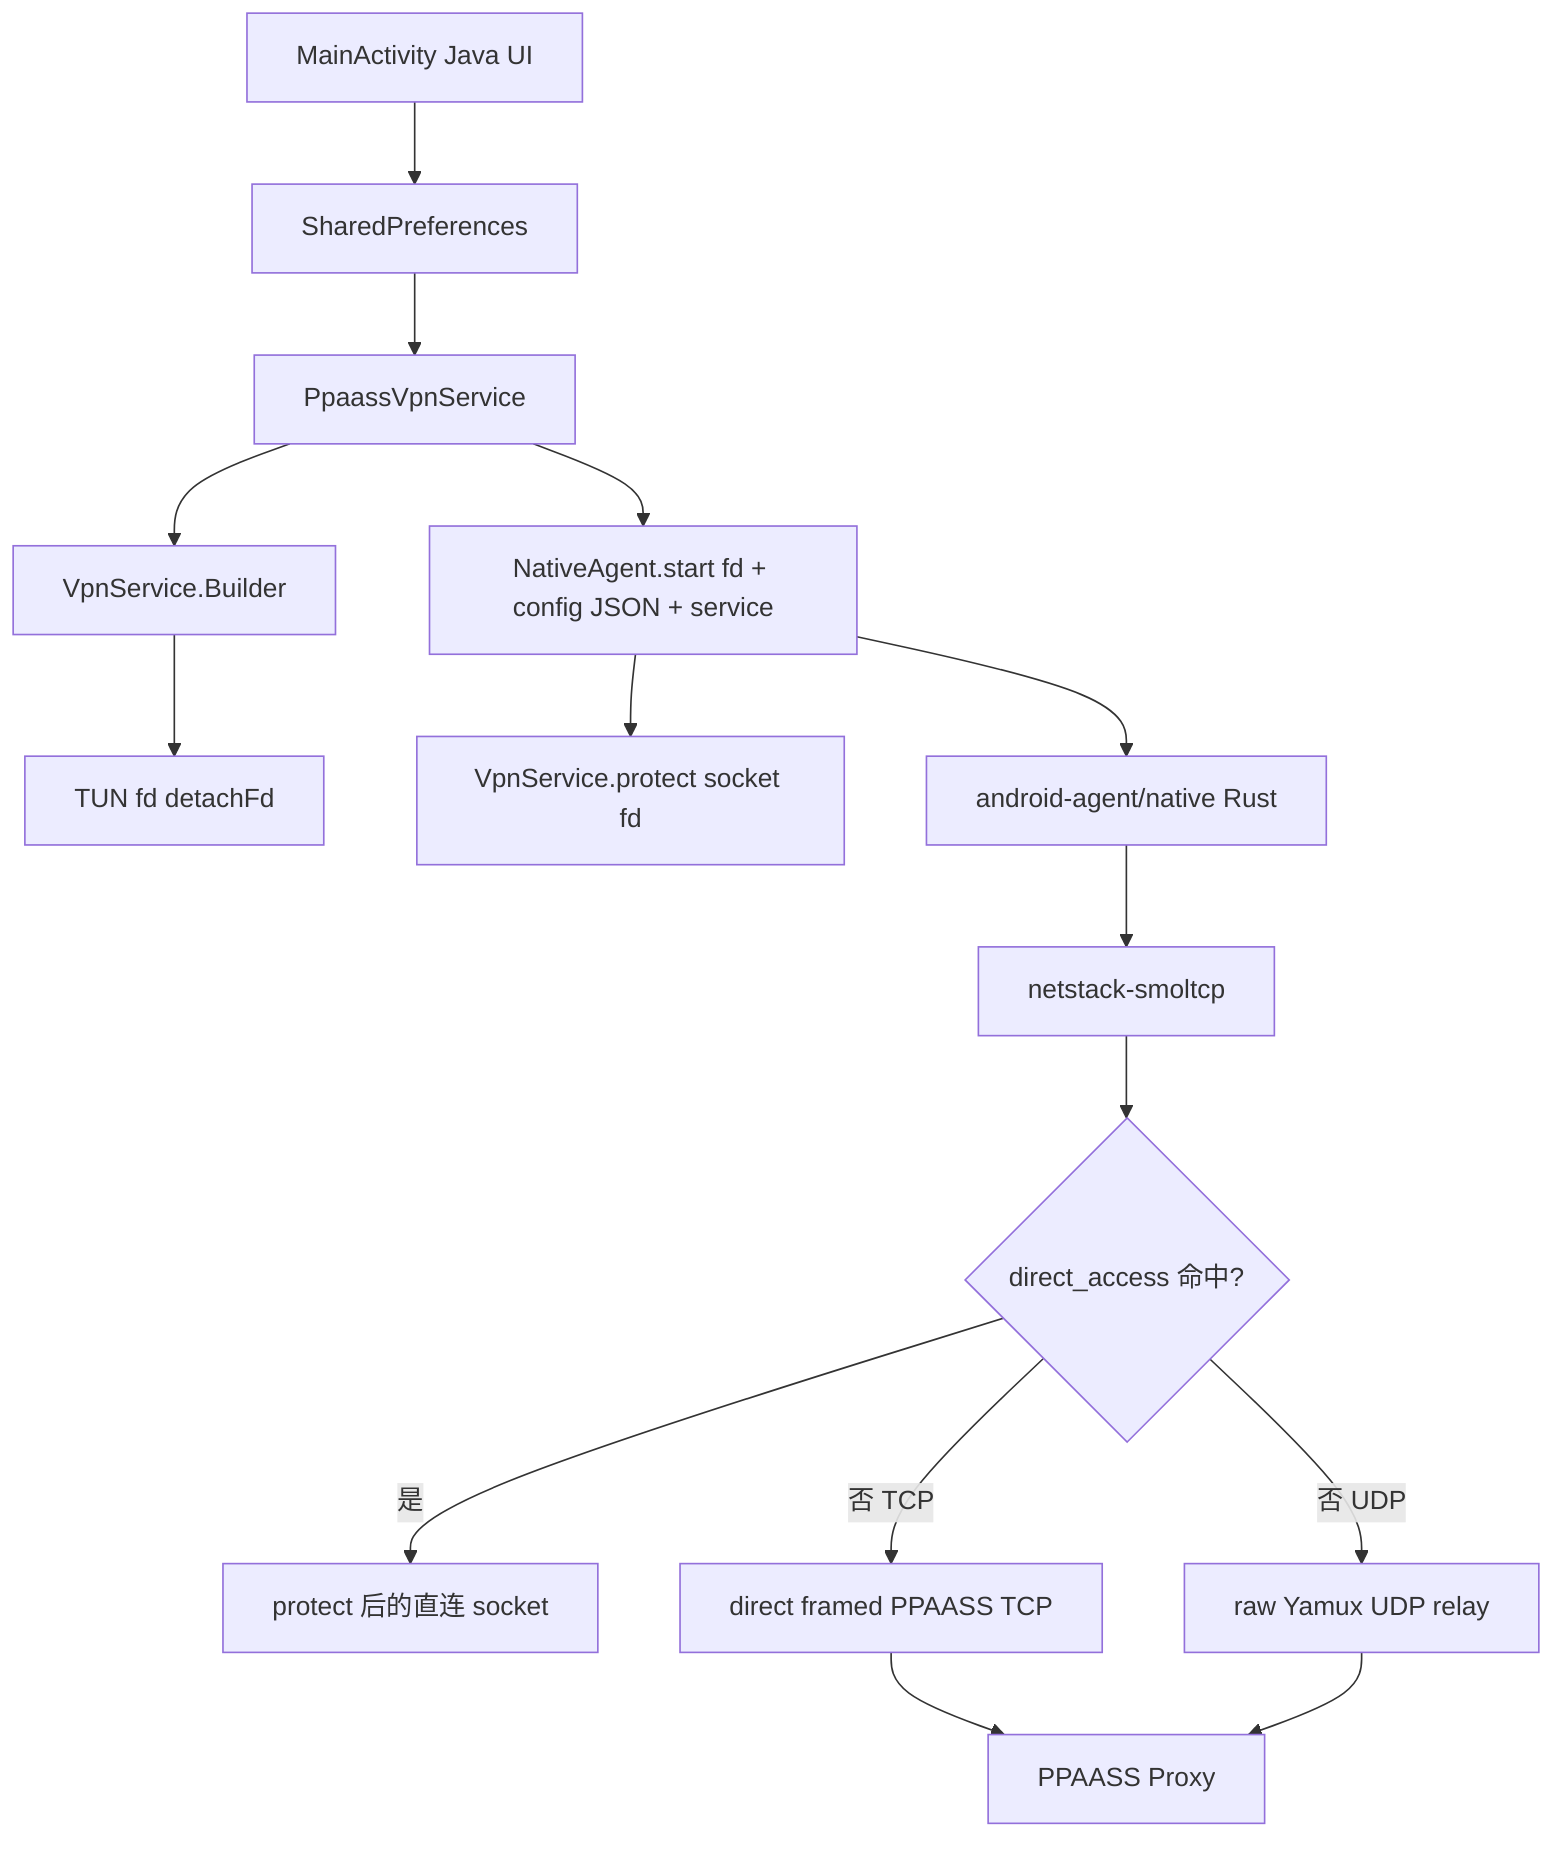
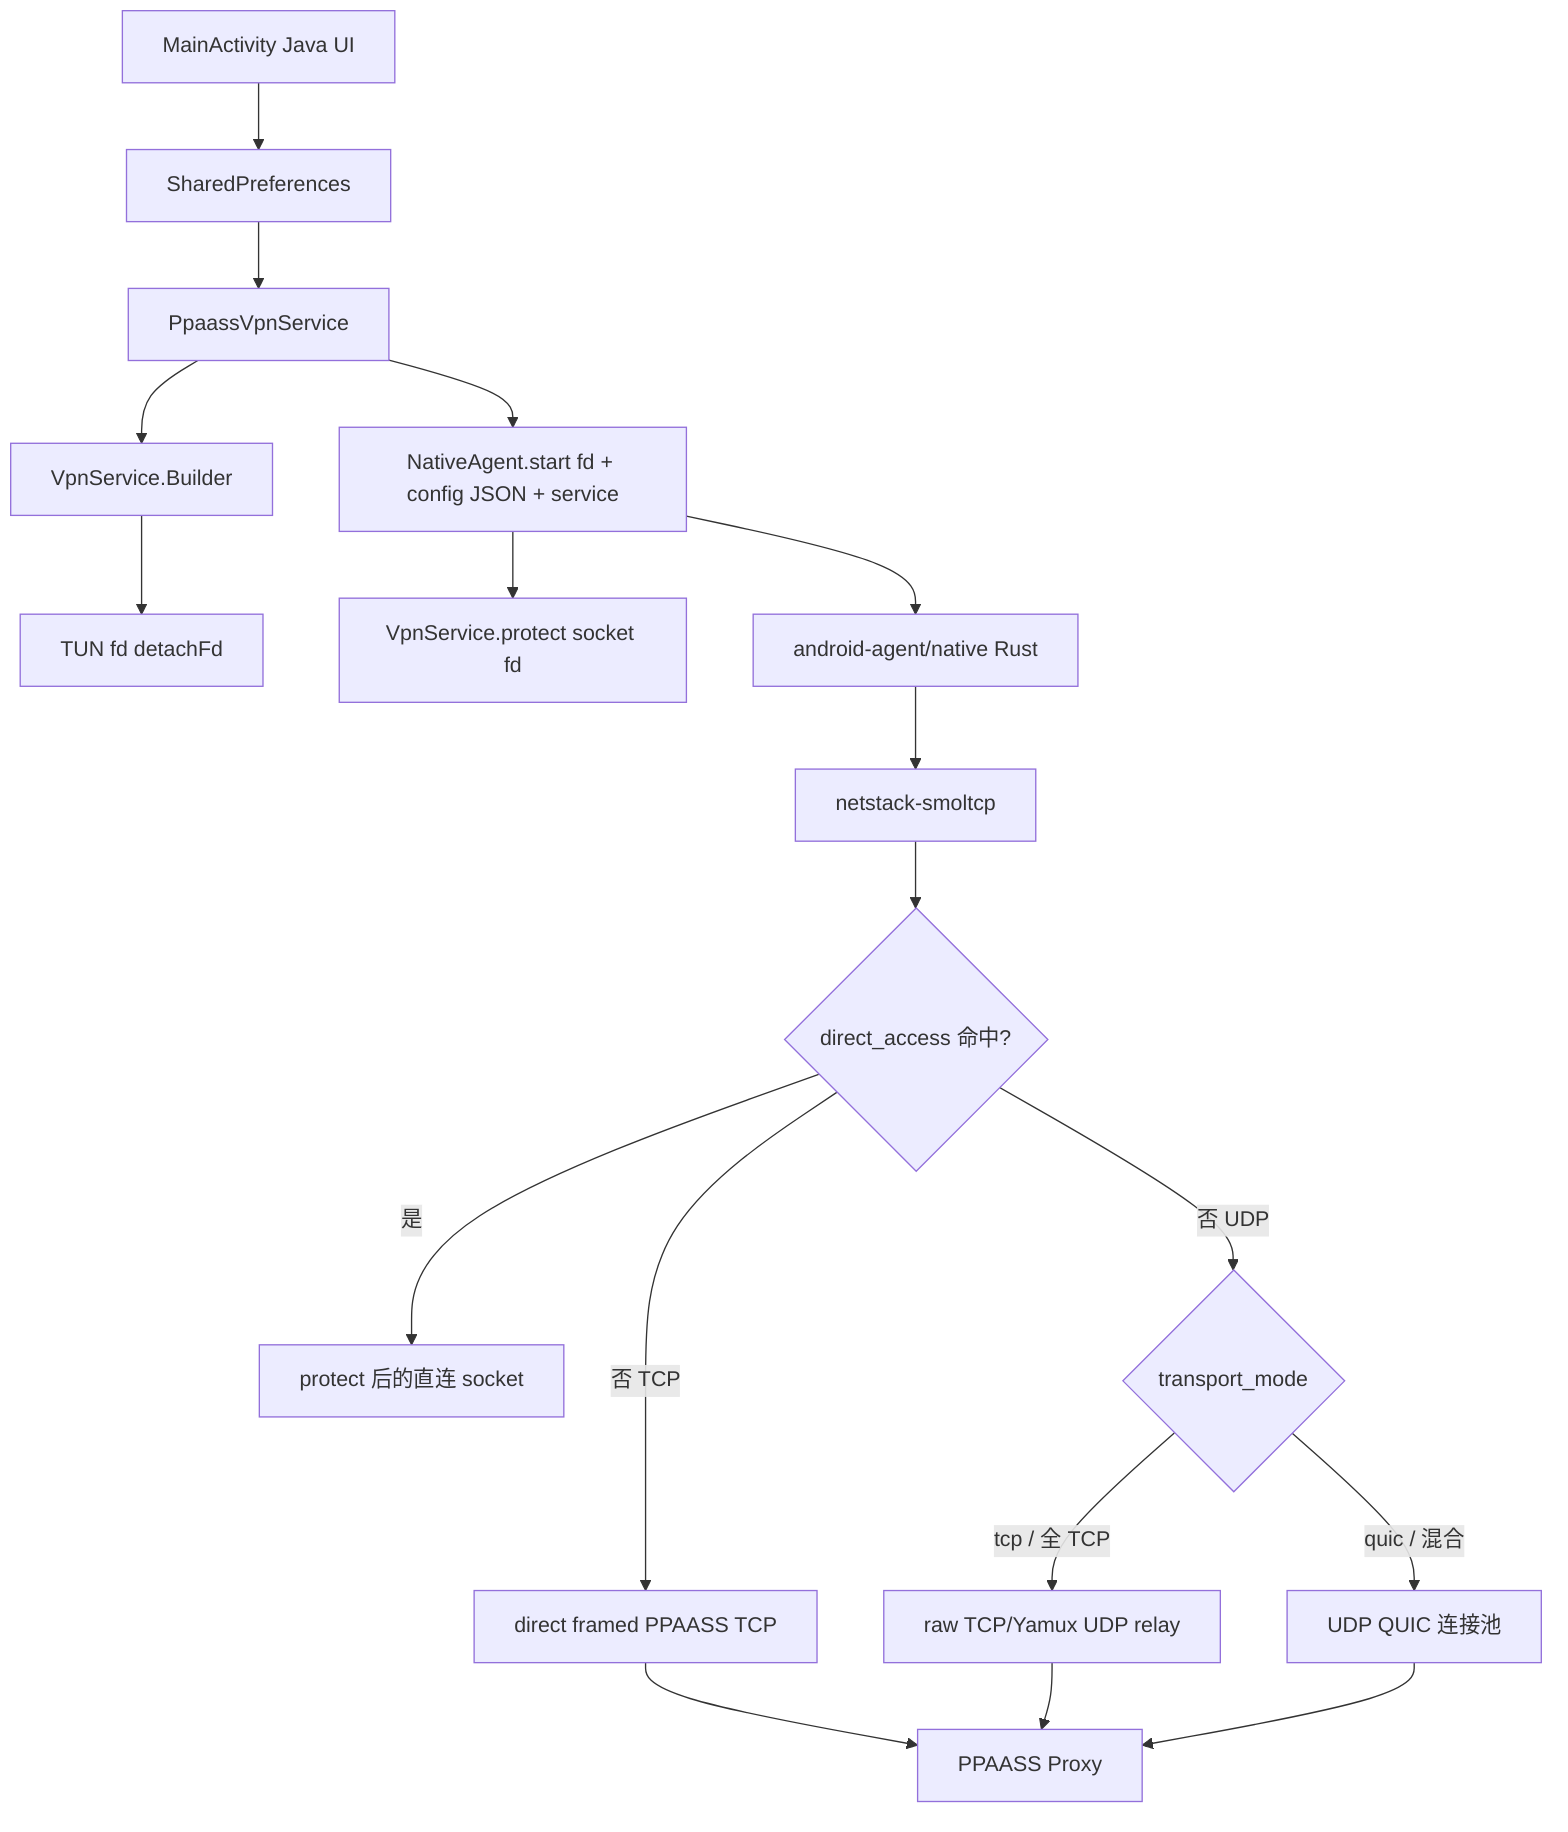
flowchart TD
    JavaUI["MainActivity Java UI"] --> Prefs["SharedPreferences"]
    Prefs --> Service["PpaassVpnService"]
    Service --> Builder["VpnService.Builder"]
    Builder --> Fd["TUN fd detachFd"]
    Service --> JNI["NativeAgent.start fd + config JSON + service"]
    JNI --> Protector["VpnService.protect socket fd"]
    JNI --> Rust["android-agent/native Rust"]
    Rust --> Netstack["netstack-smoltcp"]
    Netstack --> Direct{"direct_access 命中?"}
    Direct -->|"是"| ProtectedSocket["protect 后的直连 socket"]
    Direct -->|"否 TCP"| TcpProxy["direct framed PPAASS TCP"]
-     Direct -->|"否 UDP"| UdpProxy["raw Yamux UDP relay"]
+     Direct -->|"否 UDP"| UdpMode{"transport_mode"}
+     UdpMode -->|"quic / 混合"| UdpQuic["UDP QUIC 连接池"]
+     UdpMode -->|"tcp / 全 TCP"| UdpProxy["raw TCP/Yamux UDP relay"]
    TcpProxy --> Proxy["PPAASS Proxy"]
    UdpProxy --> Proxy
+     UdpQuic --> Proxy
